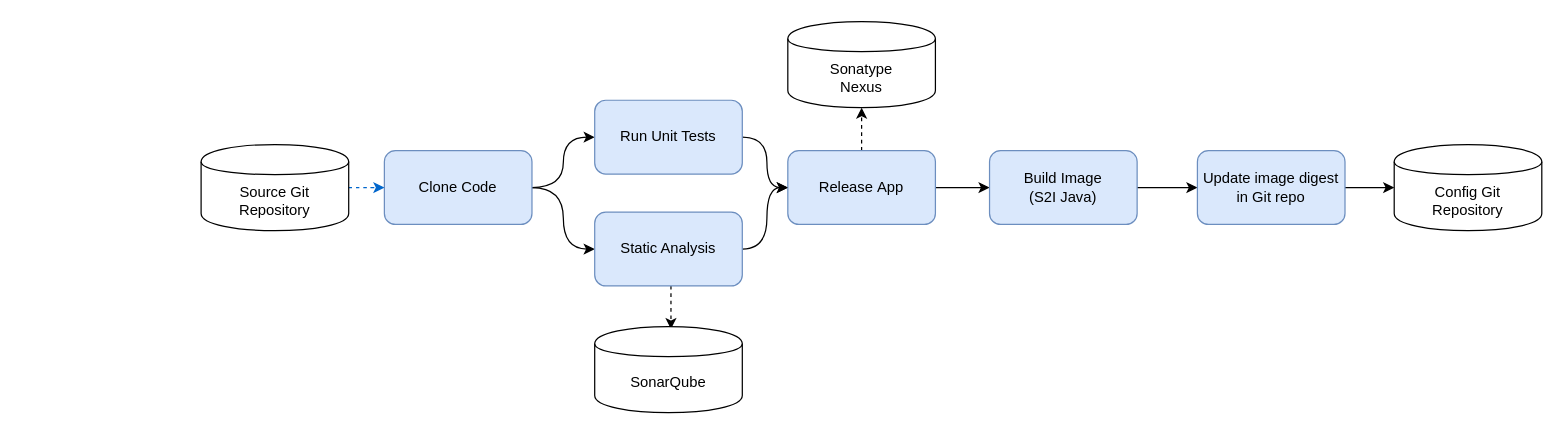
The draw.io diagram docs/ci-pipeline.drawio in siamaksade/openshift-cicd-demo, before the edit. Source tidied: cells renumbered, new cells numbered last; positions are measured from the earlier drawing's top-left corner, leaving out a move shared by most shapes. Both pictures are drawn from the tidied source at 123%, with x=0, y=0 at pixel (200, 21).
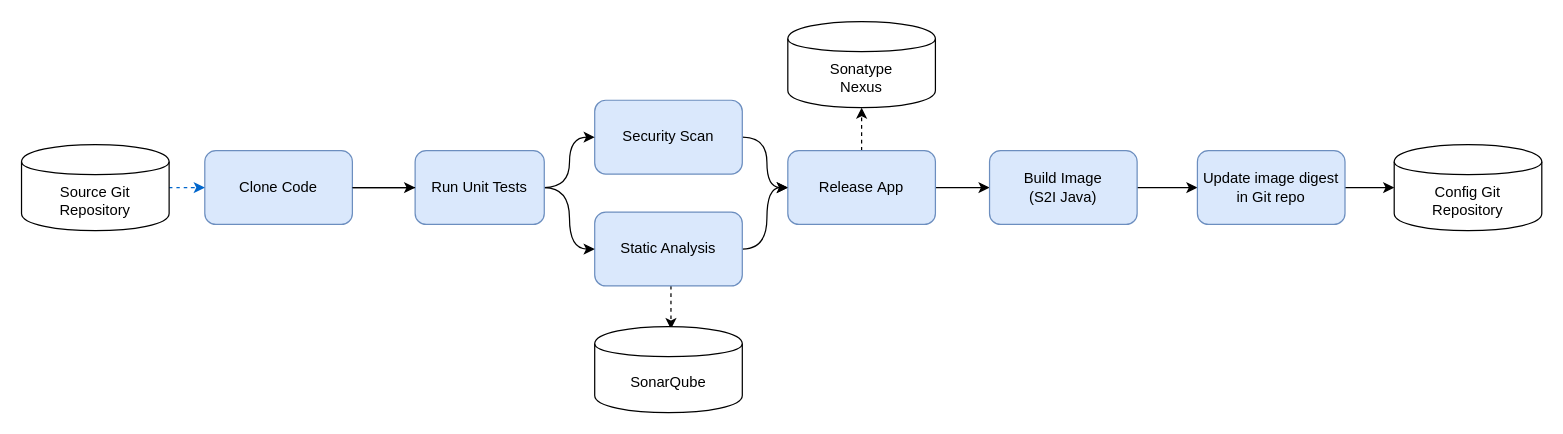
Above is the later version.

Commit message (it also covers changes not shown here):
updated pipeline diagram

The change refers to these unchanged cells:
```xml
<mxCell id="13" value="Static Analysis" style="rounded=1;whiteSpace=wrap;html=1;fillColor=#dae8fc;strokeColor=#6c8ebf;" parent="1" vertex="1">
  <mxGeometry x="320" y="155" width="120" height="60" as="geometry" />
</mxCell>
```

What changed in the source:
```diff
@@
-    <mxCell id="2" style="edgeStyle=orthogonalEdgeStyle;rounded=0;jettySize=auto;html=1;exitX=1;exitY=0.5;exitDx=0;exitDy=0;entryX=0;entryY=0.5;entryDx=0;entryDy=0;elbow=vertical;curved=1;" parent="1" edge="1" source="4" target="18">
-      <mxGeometry relative="1" as="geometry" />
-    </mxCell>
-    <mxCell id="3" style="edgeStyle=orthogonalEdgeStyle;curved=1;rounded=0;jettySize=auto;html=1;exitX=1;exitY=0.5;exitDx=0;exitDy=0;entryX=0;entryY=0.5;entryDx=0;entryDy=0;" parent="1" edge="1" source="4" target="13">
-      <mxGeometry relative="1" as="geometry" />
-    </mxCell>
+    <mxCell id="22" style="edgeStyle=entityRelationEdgeStyle;rounded=0;jettySize=auto;html=1;exitX=1;exitY=0.5;exitDx=0;exitDy=0;entryX=0;entryY=0.5;entryDx=0;entryDy=0;" parent="1" edge="1" source="4" target="25">
+      <mxGeometry relative="1" as="geometry" />
+    </mxCell>
     <mxCell id="4" value="Clone Code" style="rounded=1;whiteSpace=wrap;html=1;fillColor=#dae8fc;strokeColor=#6c8ebf;" parent="1" vertex="1">
-      <mxGeometry x="149" y="105" width="120" height="60" as="geometry" />
+      <mxGeometry x="3" y="105" width="120" height="60" as="geometry" />
     </mxCell>
@@
     <mxCell id="6" value="Source Git&lt;br&gt;Repository" style="shape=cylinder;whiteSpace=wrap;html=1;boundedLbl=1;backgroundOutline=1;" parent="1" vertex="1">
-      <mxGeometry y="100" width="120" height="70" as="geometry" />
+      <mxGeometry x="-146" y="100" width="120" height="70" as="geometry" />
     </mxCell>
@@
-    <mxCell id="18" value="Run Unit Tests" style="rounded=1;whiteSpace=wrap;html=1;fillColor=#dae8fc;strokeColor=#6c8ebf;" parent="1" vertex="1">
+    <mxCell id="18" value="Security Scan" style="rounded=1;whiteSpace=wrap;html=1;fillColor=#dae8fc;strokeColor=#6c8ebf;" parent="1" vertex="1">
       <mxGeometry x="320" y="64" width="120" height="60" as="geometry" />
     </mxCell>
@@
+    <mxCell id="23" style="edgeStyle=orthogonalEdgeStyle;jettySize=auto;html=1;exitX=1;exitY=0.5;exitDx=0;exitDy=0;entryX=0;entryY=0.5;entryDx=0;entryDy=0;curved=1;" parent="1" edge="1" source="25" target="18">
+      <mxGeometry relative="1" as="geometry" />
+    </mxCell>
+    <mxCell id="24" style="edgeStyle=orthogonalEdgeStyle;jettySize=auto;html=1;exitX=1;exitY=0.5;exitDx=0;exitDy=0;curved=1;" parent="1" edge="1" source="25" target="13">
+      <mxGeometry relative="1" as="geometry" />
+    </mxCell>
+    <mxCell id="25" value="Run Unit Tests" style="rounded=1;whiteSpace=wrap;html=1;fillColor=#dae8fc;strokeColor=#6c8ebf;" parent="1" vertex="1">
+      <mxGeometry x="174" y="105" width="105" height="60" as="geometry" />
+    </mxCell>
+    <mxCell id="26" style="edgeStyle=orthogonalEdgeStyle;curved=1;rounded=0;jettySize=auto;html=1;exitX=1;exitY=0.5;exitDx=0;exitDy=0;entryX=0;entryY=0.5;entryDx=0;entryDy=0;endArrow=none;" parent="1" edge="1" source="4" target="25">
+      <mxGeometry relative="1" as="geometry" />
+    </mxCell>
```
